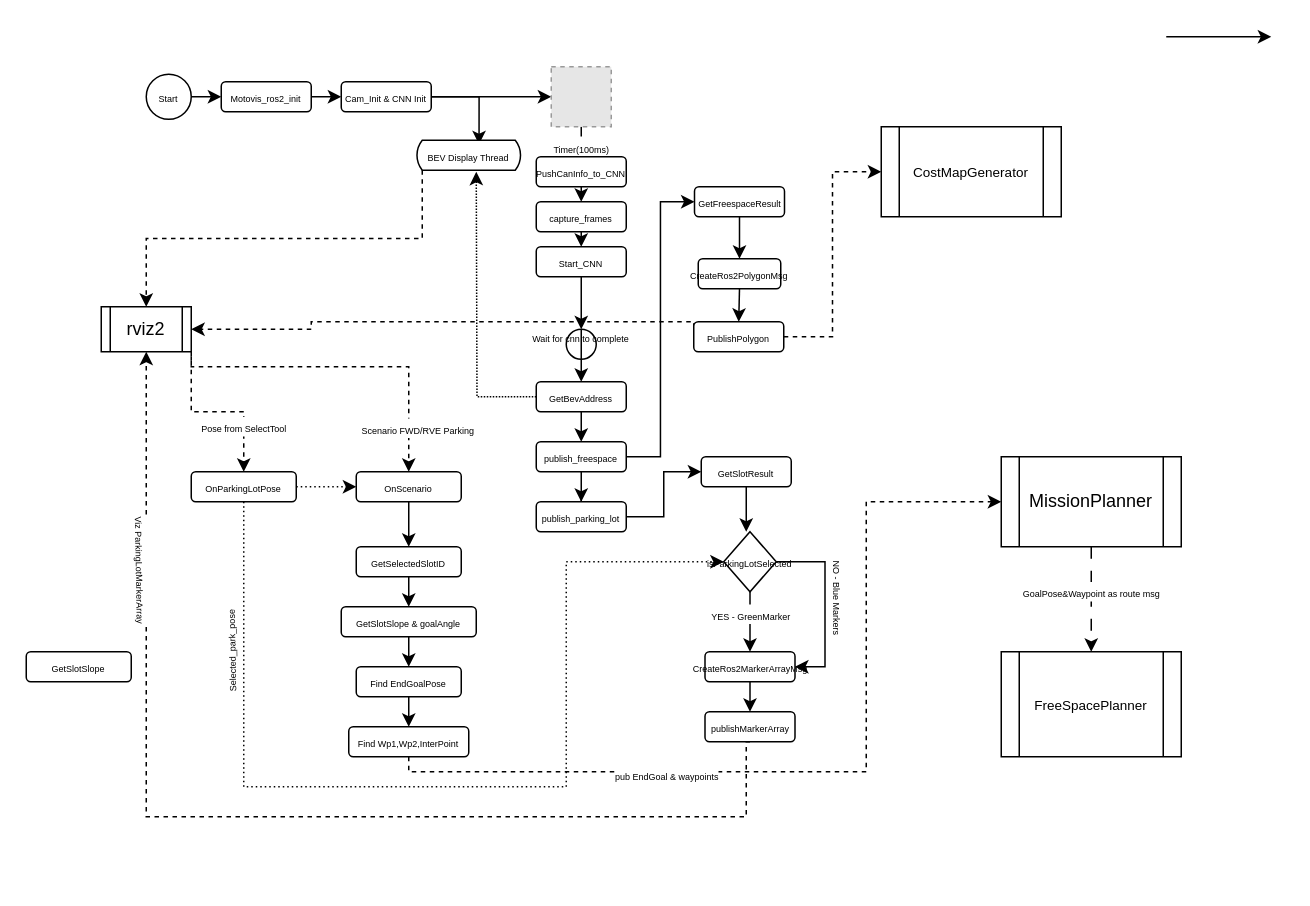
The draw.io diagram motovis_interface_flow.drawio in Narendarselva/autoware_docs, before the edit. Source tidied: cells renumbered, new cells numbered last; positions are measured from the earlier drawing's top-left corner, leaving out a move shared by most shapes. Both pictures are drawn from the tidied source at 150%, with x=0, y=0 at pixel (26, 36). Pictures stored in the file or linked from it are replaced by grey dashed boxes.
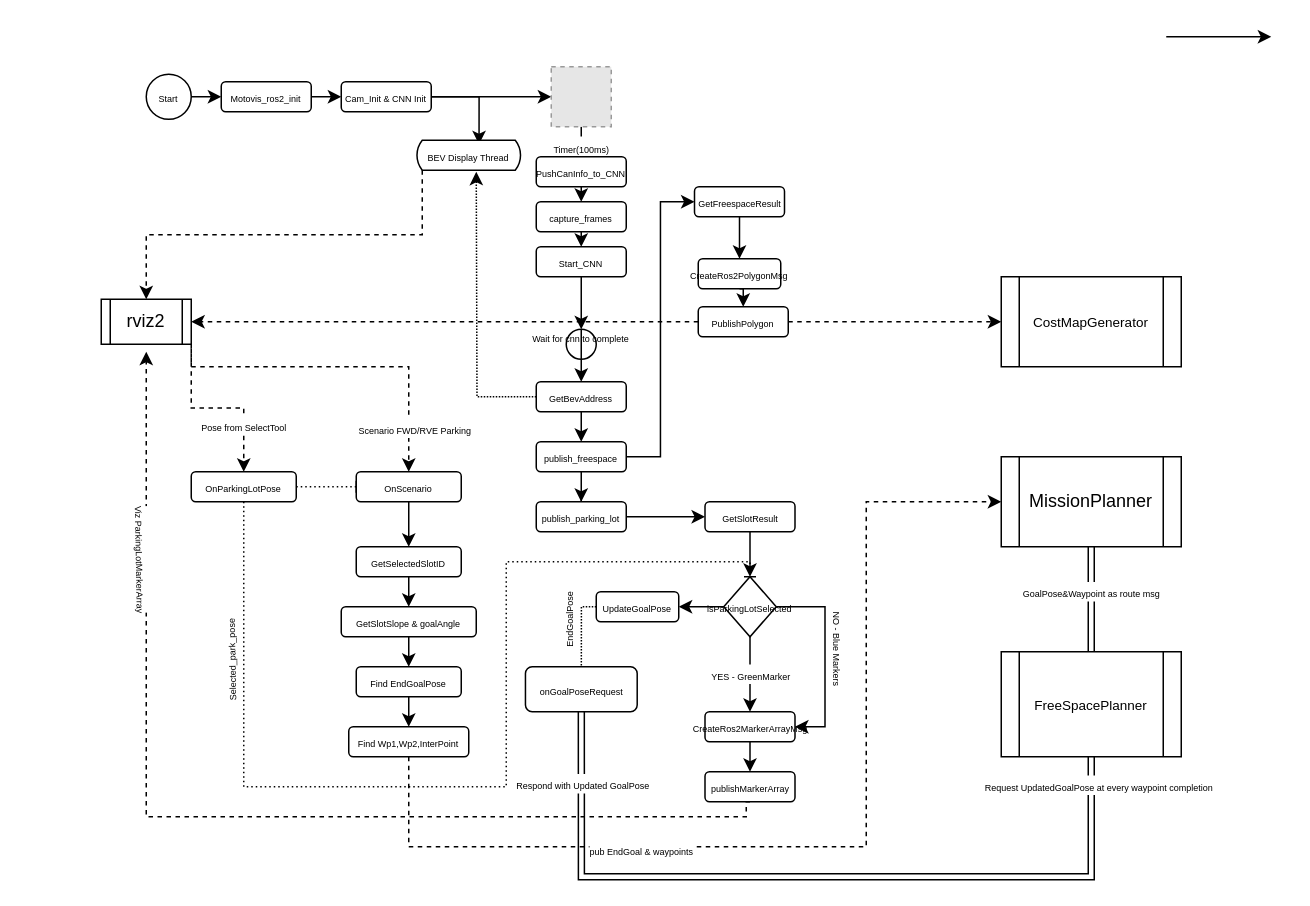
After the change.

The change refers to these unchanged cells:
```xml
<mxCell id="36" value="&lt;font style=&quot;font-size: 9px;&quot;&gt;FreeSpacePlanner&lt;/font&gt;" style="shape=process;whiteSpace=wrap;html=1;backgroundOutline=1;" parent="1" vertex="1">
  <mxGeometry x="650" y="410" width="120" height="70" as="geometry" />
</mxCell>
<mxCell id="48" style="edgeStyle=orthogonalEdgeStyle;rounded=0;jettySize=auto;html=1;exitX=0.5;exitY=1;exitDx=0;exitDy=0;entryX=0.5;entryY=0;entryDx=0;entryDy=0;" parent="1" edge="1" source="52" target="47">
  <mxGeometry relative="1" as="geometry" />
</mxCell>
<mxCell id="57" value="&lt;font style=&quot;font-size: 6px;&quot;&gt;OnScenario&lt;/font&gt;" style="rounded=1;whiteSpace=wrap;html=1;" parent="1" vertex="1">
  <mxGeometry x="220" y="290" width="70" height="20" as="geometry" />
</mxCell>
<mxCell id="67" value="&lt;span style=&quot;font-size: 6px;&quot;&gt;Find Wp1,Wp2,InterPoint&lt;/span&gt;" style="rounded=1;whiteSpace=wrap;html=1;" parent="1" vertex="1">
  <mxGeometry x="215" y="460" width="80" height="20" as="geometry" />
</mxCell>
<mxCell id="70" value="MissionPlanner" style="shape=process;whiteSpace=wrap;html=1;backgroundOutline=1;" parent="1" vertex="1">
  <mxGeometry x="650" y="280" width="120" height="60" as="geometry" />
</mxCell>
<mxCell id="75" value="&lt;font style=&quot;font-size: 6px;&quot;&gt;OnParkingLotPose&lt;/font&gt;" style="rounded=1;whiteSpace=wrap;html=1;" parent="1" vertex="1">
  <mxGeometry x="110" y="290" width="70" height="20" as="geometry" />
</mxCell>
```

Change to the diagram source:
```diff
@@
     <mxCell id="34" value="&lt;font style=&quot;font-size: 6px;&quot;&gt;PublishPolygon&lt;/font&gt;" style="rounded=1;whiteSpace=wrap;html=1;" parent="1" vertex="1">
-      <mxGeometry x="445" y="190" width="60" height="20" as="geometry" />
+      <mxGeometry x="448" y="180" width="60" height="20" as="geometry" />
     </mxCell>
     <mxCell id="35" value="&lt;font style=&quot;font-size: 9px;&quot;&gt;CostMapGenerator&lt;/font&gt;" style="shape=process;whiteSpace=wrap;html=1;backgroundOutline=1;" parent="1" vertex="1">
-      <mxGeometry x="570" y="60" width="120" height="60" as="geometry" />
+      <mxGeometry x="650" y="160" width="120" height="60" as="geometry" />
     </mxCell>
@@
     <mxCell id="43" value="rviz2" style="shape=process;whiteSpace=wrap;html=1;backgroundOutline=1;" parent="1" vertex="1">
-      <mxGeometry x="50" y="180" width="60" height="30" as="geometry" />
+      <mxGeometry x="50" y="175" width="60" height="30" as="geometry" />
     </mxCell>
-    <mxCell id="44" style="edgeStyle=orthogonalEdgeStyle;rounded=0;jettySize=auto;html=1;exitX=0.5;exitY=1;exitDx=0;exitDy=0;entryX=0.5;entryY=0;entryDx=0;entryDy=0;" parent="1" edge="1" source="45">
-      <mxGeometry relative="1" as="geometry">
-        <mxPoint x="480" y="330" as="targetPoint" />
-      </mxGeometry>
-    </mxCell>
+    <mxCell id="76" style="edgeStyle=orthogonalEdgeStyle;rounded=0;jettySize=auto;html=1;exitX=0.5;exitY=1;exitDx=0;exitDy=0;entryX=0.5;entryY=0;entryDx=0;entryDy=0;" parent="1" edge="1" source="45" target="52">
+      <mxGeometry relative="1" as="geometry" />
+    </mxCell>
     <mxCell id="45" value="&lt;font style=&quot;font-size: 6px;&quot;&gt;GetSlotResult&lt;/font&gt;" style="rounded=1;whiteSpace=wrap;html=1;" parent="1" vertex="1">
-      <mxGeometry x="450" y="280" width="60" height="20" as="geometry" />
+      <mxGeometry x="452.5" y="310" width="60" height="20" as="geometry" />
     </mxCell>
@@
     <mxCell id="47" value="&lt;font style=&quot;font-size: 6px;&quot;&gt;CreateRos2MarkerArrayMsg&lt;/font&gt;" style="rounded=1;whiteSpace=wrap;html=1;" parent="1" vertex="1">
-      <mxGeometry x="452.5" y="410" width="60" height="20" as="geometry" />
+      <mxGeometry x="452.5" y="450" width="60" height="20" as="geometry" />
     </mxCell>
@@
     <mxCell id="49" value="&lt;font style=&quot;font-size: 6px;&quot;&gt;YES - GreenMarker&lt;/font&gt;" style="edgeLabel;html=1;align=center;verticalAlign=middle;" parent="48" vertex="1">
       <mxGeometry x="-0.22" y="2" relative="1" as="geometry">
-        <mxPoint x="-2" y="-2" as="offset" />
+        <mxPoint x="-2" y="4" as="offset" />
       </mxGeometry>
     </mxCell>
@@
+    <mxCell id="77" style="edgeStyle=orthogonalEdgeStyle;rounded=0;jettySize=auto;html=1;exitX=0.5;exitY=1;exitDx=0;exitDy=0;entryX=1;entryY=0.5;entryDx=0;entryDy=0;" parent="1" edge="1" source="52" target="80">
+      <mxGeometry relative="1" as="geometry">
+        <Array as="points">
+          <mxPoint x="483" y="380" />
+        </Array>
+      </mxGeometry>
+    </mxCell>
     <mxCell id="52" value="&lt;font style=&quot;font-size: 6px;&quot;&gt;isParkingLotSelected&lt;/font&gt;" style="rhombus;whiteSpace=wrap;html=1;" parent="1" vertex="1">
-      <mxGeometry x="465" y="330" width="35" height="40" as="geometry" />
+      <mxGeometry x="465" y="360" width="35" height="40" as="geometry" />
     </mxCell>
@@
     <mxCell id="55" value="&lt;font style=&quot;font-size: 6px;&quot;&gt;publishMarkerArray&lt;/font&gt;" style="rounded=1;whiteSpace=wrap;html=1;" parent="1" vertex="1">
-      <mxGeometry x="452.5" y="450" width="60" height="20" as="geometry" />
+      <mxGeometry x="452.5" y="490" width="60" height="20" as="geometry" />
     </mxCell>
@@
-    <mxCell id="64" value="&lt;font style=&quot;font-size: 6px;&quot;&gt;GetSlotSlope&lt;/font&gt;" style="rounded=1;whiteSpace=wrap;html=1;" parent="1" vertex="1">
-      <mxGeometry y="410" width="70" height="20" as="geometry" />
-    </mxCell>
     <mxCell id="65" style="edgeStyle=orthogonalEdgeStyle;rounded=0;jettySize=auto;html=1;exitX=0.5;exitY=1;exitDx=0;exitDy=0;entryX=0;entryY=0.5;entryDx=0;entryDy=0;dashed=1;" parent="1" edge="1" source="67" target="70">
       <mxGeometry relative="1" as="geometry">
         <Array as="points">
-          <mxPoint x="255" y="490" />
-          <mxPoint x="560" y="490" />
+          <mxPoint x="255" y="540" />
+          <mxPoint x="560" y="540" />
           <mxPoint x="560" y="310" />
         </Array>
       </mxGeometry>
     </mxCell>
@@
-    <mxCell id="68" style="edgeStyle=orthogonalEdgeStyle;rounded=0;jettySize=auto;html=1;exitX=0.5;exitY=1;exitDx=0;exitDy=0;dashed=1;dashPattern=8 8;" parent="1" edge="1" source="70" target="36">
+    <mxCell id="68" style="edgeStyle=orthogonalEdgeStyle;rounded=0;jettySize=auto;html=1;exitX=0.5;exitY=1;exitDx=0;exitDy=0;shape=link;" parent="1" edge="1" source="70" target="36">
       <mxGeometry relative="1" as="geometry" />
     </mxCell>
@@
-    <mxCell id="72" style="edgeStyle=orthogonalEdgeStyle;rounded=0;jettySize=auto;html=1;exitX=0.5;exitY=1;exitDx=0;exitDy=0;entryX=0;entryY=0.5;entryDx=0;entryDy=0;dashed=1;dashPattern=1 2;" parent="1" edge="1" source="75" target="52">
+    <mxCell id="72" style="edgeStyle=orthogonalEdgeStyle;rounded=0;jettySize=auto;html=1;exitX=0.5;exitY=1;exitDx=0;exitDy=0;entryX=0.5;entryY=0;entryDx=0;entryDy=0;dashed=1;dashPattern=1 2;endArrow=baseDash;endFill=0;" parent="1" edge="1" source="75" target="52">
       <mxGeometry relative="1" as="geometry">
         <Array as="points">
           <mxPoint x="145" y="500" />
-          <mxPoint x="360" y="500" />
-          <mxPoint x="360" y="350" />
+          <mxPoint x="320" y="500" />
+          <mxPoint x="320" y="350" />
+          <mxPoint x="483" y="350" />
         </Array>
       </mxGeometry>
     </mxCell>
@@
-    <mxCell id="74" style="edgeStyle=orthogonalEdgeStyle;rounded=0;jettySize=auto;html=1;exitX=1;exitY=0.5;exitDx=0;exitDy=0;dashed=1;dashPattern=1 2;" parent="1" edge="1" source="75" target="57">
+    <mxCell id="74" style="edgeStyle=orthogonalEdgeStyle;rounded=0;jettySize=auto;html=1;exitX=1;exitY=0.5;exitDx=0;exitDy=0;dashed=1;dashPattern=1 2;endArrow=baseDash;endFill=0;" parent="1" edge="1" source="75" target="57">
       <mxGeometry relative="1" as="geometry" />
     </mxCell>
@@
+    <mxCell id="78" style="edgeStyle=orthogonalEdgeStyle;rounded=0;jettySize=auto;html=1;exitX=0;exitY=0.5;exitDx=0;exitDy=0;entryX=0.5;entryY=0;entryDx=0;entryDy=0;dashed=1;dashPattern=1 1;strokeColor=default;endArrow=baseDash;endFill=0;" parent="1" edge="1" source="80" target="84">
+      <mxGeometry relative="1" as="geometry">
+        <Array as="points">
+          <mxPoint x="370" y="380" />
+        </Array>
+      </mxGeometry>
+    </mxCell>
+    <mxCell id="79" value="&lt;font style=&quot;font-size: 6px;&quot;&gt;EndGoalPose&lt;/font&gt;" style="edgeLabel;html=1;align=center;verticalAlign=middle;rotation=-90;" parent="78" vertex="1">
+      <mxGeometry x="-0.37" y="1" relative="1" as="geometry">
+        <mxPoint x="-11" y="4" as="offset" />
+      </mxGeometry>
+    </mxCell>
+    <mxCell id="80" value="&lt;font style=&quot;font-size: 6px;&quot;&gt;UpdateGoalPose&lt;/font&gt;" style="rounded=1;whiteSpace=wrap;html=1;" parent="1" vertex="1">
+      <mxGeometry x="380" y="370" width="55" height="20" as="geometry" />
+    </mxCell>
+    <mxCell id="81" style="edgeStyle=orthogonalEdgeStyle;rounded=0;jettySize=auto;html=1;exitX=0.5;exitY=1;exitDx=0;exitDy=0;entryX=0.5;entryY=1;entryDx=0;entryDy=0;shape=link;" parent="1" edge="1" source="84" target="36">
+      <mxGeometry relative="1" as="geometry">
+        <Array as="points">
+          <mxPoint x="370" y="560" />
+          <mxPoint x="710" y="560" />
+        </Array>
+      </mxGeometry>
+    </mxCell>
+    <mxCell id="82" value="&lt;font style=&quot;font-size: 6px;&quot;&gt;Request UpdatedGoalPose at every waypoint completion&lt;/font&gt;" style="edgeLabel;html=1;align=center;verticalAlign=middle;" parent="81" vertex="1">
+      <mxGeometry x="0.93" y="-4" relative="1" as="geometry" />
+    </mxCell>
+    <mxCell id="83" value="&lt;font style=&quot;font-size: 6px;&quot;&gt;Respond with Updated GoalPose&lt;/font&gt;" style="edgeLabel;html=1;align=center;verticalAlign=middle;" parent="81" vertex="1">
+      <mxGeometry x="-0.94" relative="1" as="geometry">
+        <mxPoint y="32" as="offset" />
+      </mxGeometry>
+    </mxCell>
+    <mxCell id="84" value="&lt;font style=&quot;font-size: 6px;&quot;&gt;onGoalPoseRequest&lt;/font&gt;" style="rounded=1;whiteSpace=wrap;html=1;" parent="1" vertex="1">
+      <mxGeometry x="332.8" y="420" width="74.5" height="30" as="geometry" />
+    </mxCell>
```
